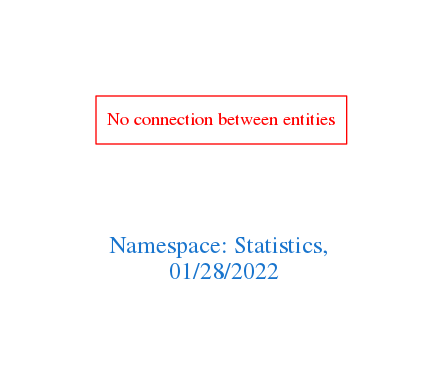
The Graphviz diagram downloads/Statistics.png in arago/OGIT, before a commit. Its source is kept beside it as downloads/Statistics.dot.
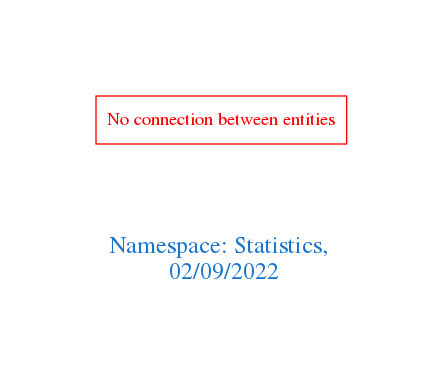
Above is the later version.

The edit, as a diff of the source:
```diff
@@ -1,7 +1,7 @@
 digraph OGIT_ontology {
  graph [ rankdir= LR,pad=1
 fontsize = 18,
-fontcolor= dodgerblue3,label = "\n\n\nNamespace: Statistics, \n 01/28/2022"];
+fontcolor= dodgerblue3,label = "\n\n\nNamespace: Statistics, \n 02/09/2022"];
 node[shape=polygon];
 edge [  color="gray81"];
 
```
